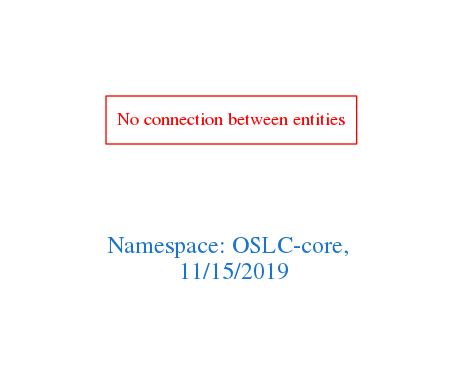
Above: downloads/OSLC-core.png in arago/OGIT (Graphviz), before the change. Its source is kept beside it as downloads/OSLC-core.dot.
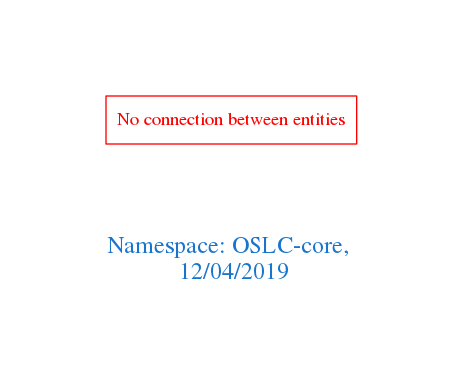
Later version of the same file.

The edit, as a diff of the source:
```diff
@@ -1,7 +1,7 @@
 digraph OGIT_ontology {
  graph [ rankdir= LR,pad=1
 fontsize = 18,
-fontcolor= dodgerblue3,label = "\n\n\nNamespace: OSLC-core, \n 11/15/2019"];
+fontcolor= dodgerblue3,label = "\n\n\nNamespace: OSLC-core, \n 12/04/2019"];
 node[shape=polygon];
 edge [  color="gray81"];
 
```
